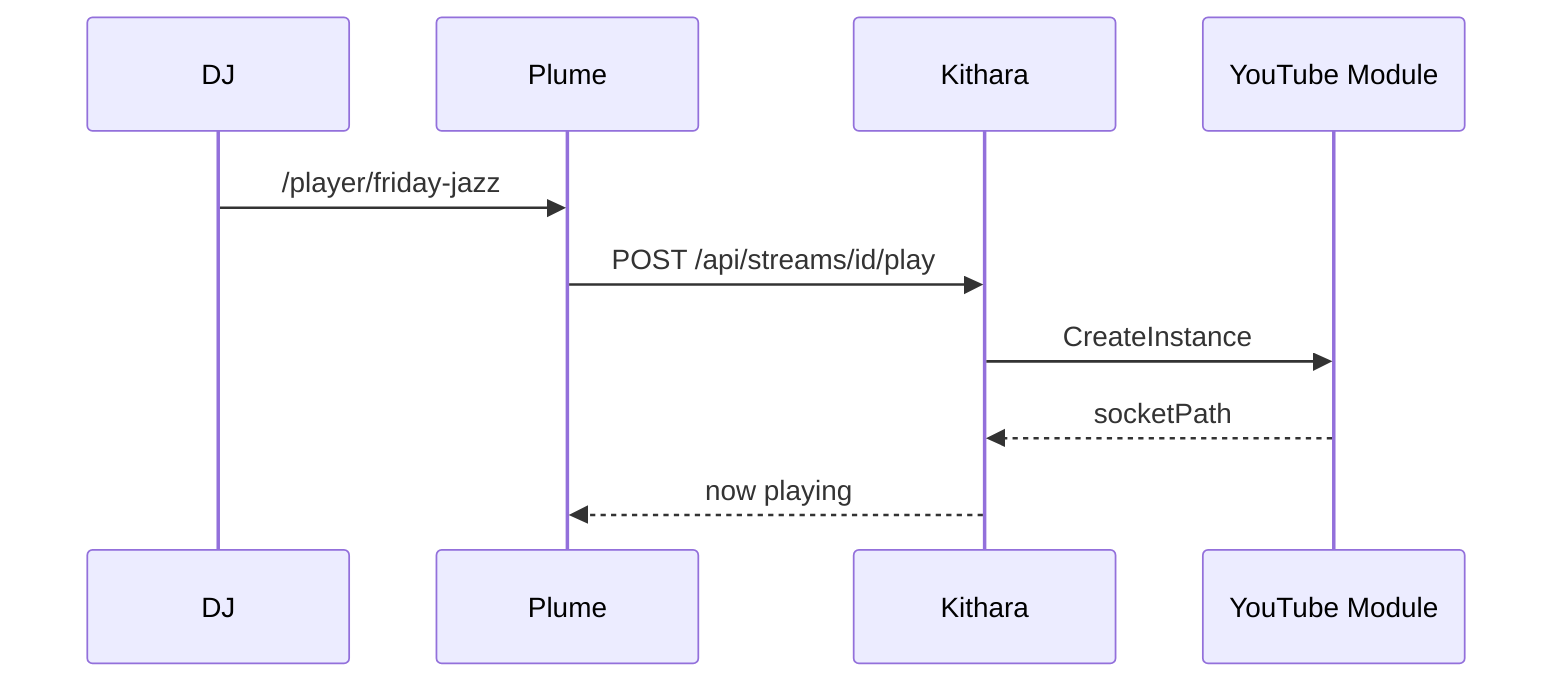
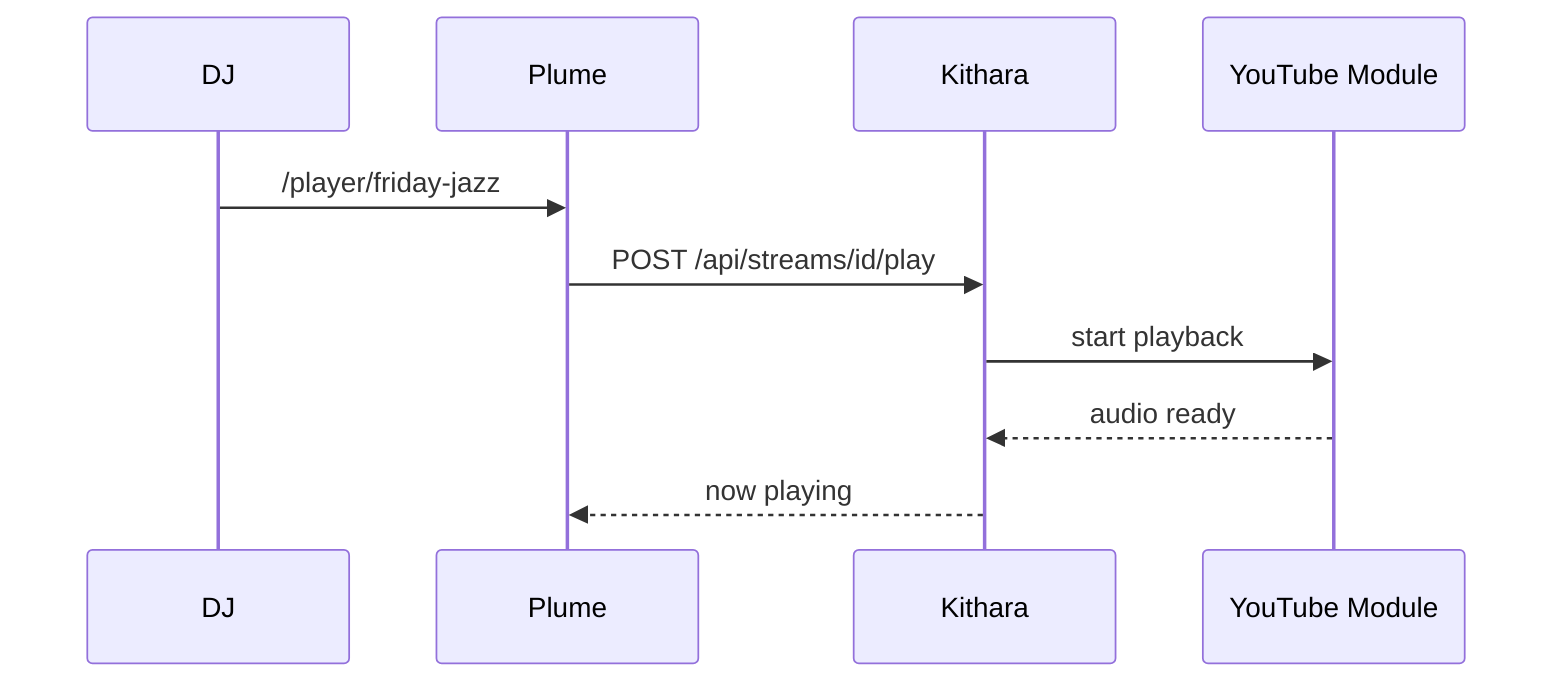
sequenceDiagram
  participant DJ
  participant Plume
  participant Kithara
  participant YT as YouTube Module

  DJ->>Plume: /player/friday-jazz
  Plume->>Kithara: POST /api/streams/id/play
-   Kithara->>YT: CreateInstance
-   YT-->>Kithara: socketPath
+   Kithara->>YT: start playback
+   YT-->>Kithara: audio ready
  Kithara-->>Plume: now playing
